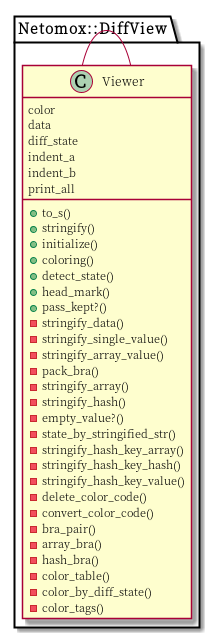
The PlantUML diagram fig/diff_view.png in corestate55/netomox, before a commit.
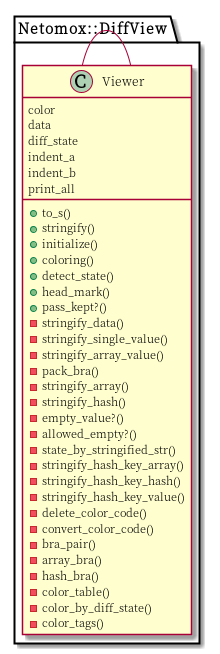
Later version of the same file.

The edit, as a diff of the source:
```diff
@@ -16,6 +16,7 @@
   -stringify_array()
   -stringify_hash()
   -empty_value?()
+  -allowed_empty?()
   -state_by_stringified_str()
   -stringify_hash_key_array()
   -stringify_hash_key_hash()
```
